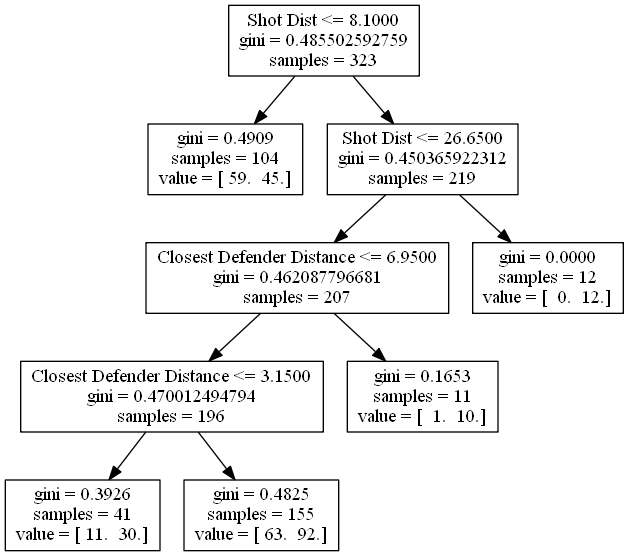
Above: james_harden.png in bveber/Analyze_NBA (Graphviz), before the change. Its source is kept beside it as james_harden.dot. Its diagram source:
```dot
digraph Tree {
0 [label="Shot Dist <= 8.1000\ngini = 0.485502592759\nsamples = 323", shape="box"] ;
1 [label="gini = 0.4909\nsamples = 104\nvalue = [ 59.  45.]", shape="box"] ;
0 -> 1 ;
2 [label="Shot Dist <= 26.6500\ngini = 0.450365922312\nsamples = 219", shape="box"] ;
0 -> 2 ;
3 [label="Closest Defender Distance <= 6.9500\ngini = 0.462087796681\nsamples = 207", shape="box"] ;
2 -> 3 ;
4 [label="Closest Defender Distance <= 3.1500\ngini = 0.470012494794\nsamples = 196", shape="box"] ;
3 -> 4 ;
5 [label="gini = 0.3926\nsamples = 41\nvalue = [ 11.  30.]", shape="box"] ;
4 -> 5 ;
6 [label="gini = 0.4825\nsamples = 155\nvalue = [ 63.  92.]", shape="box"] ;
4 -> 6 ;
7 [label="gini = 0.1653\nsamples = 11\nvalue = [  1.  10.]", shape="box"] ;
3 -> 7 ;
8 [label="gini = 0.0000\nsamples = 12\nvalue = [  0.  12.]", shape="box"] ;
2 -> 8 ;
}
```
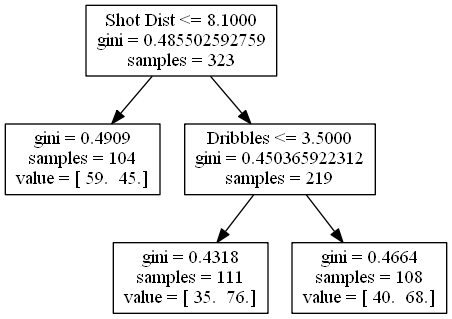
The same file after the commit.

Change to the diagram source:
```diff
@@ -2,18 +2,10 @@
 0 [label="Shot Dist <= 8.1000\ngini = 0.485502592759\nsamples = 323", shape="box"] ;
 1 [label="gini = 0.4909\nsamples = 104\nvalue = [ 59.  45.]", shape="box"] ;
 0 -> 1 ;
-2 [label="Shot Dist <= 26.6500\ngini = 0.450365922312\nsamples = 219", shape="box"] ;
+2 [label="Dribbles <= 3.5000\ngini = 0.450365922312\nsamples = 219", shape="box"] ;
 0 -> 2 ;
-3 [label="Closest Defender Distance <= 6.9500\ngini = 0.462087796681\nsamples = 207", shape="box"] ;
+3 [label="gini = 0.4318\nsamples = 111\nvalue = [ 35.  76.]", shape="box"] ;
 2 -> 3 ;
-4 [label="Closest Defender Distance <= 3.1500\ngini = 0.470012494794\nsamples = 196", shape="box"] ;
-3 -> 4 ;
-5 [label="gini = 0.3926\nsamples = 41\nvalue = [ 11.  30.]", shape="box"] ;
-4 -> 5 ;
-6 [label="gini = 0.4825\nsamples = 155\nvalue = [ 63.  92.]", shape="box"] ;
-4 -> 6 ;
-7 [label="gini = 0.1653\nsamples = 11\nvalue = [  1.  10.]", shape="box"] ;
-3 -> 7 ;
-8 [label="gini = 0.0000\nsamples = 12\nvalue = [  0.  12.]", shape="box"] ;
-2 -> 8 ;
+4 [label="gini = 0.4664\nsamples = 108\nvalue = [ 40.  68.]", shape="box"] ;
+2 -> 4 ;
 }
```
